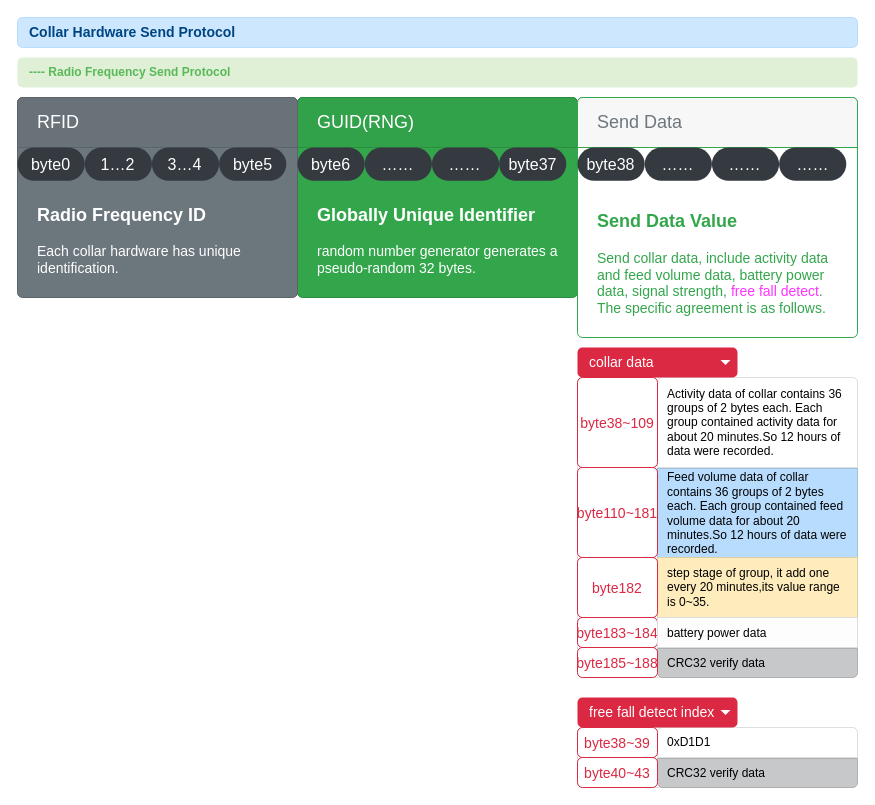
Before: page "Collar Hardware Send Protocol" (3 of 5) of Doc/Hardware Protocol.drawio in phoenix9668/Collector, a draw.io diagram. Source tidied: cells renumbered, new cells numbered last; positions are measured from the earlier drawing's top-left corner, leaving out a move shared by most shapes. Both pictures are drawn from the tidied source at 100%, with x=0, y=0 at pixel (17, 17).
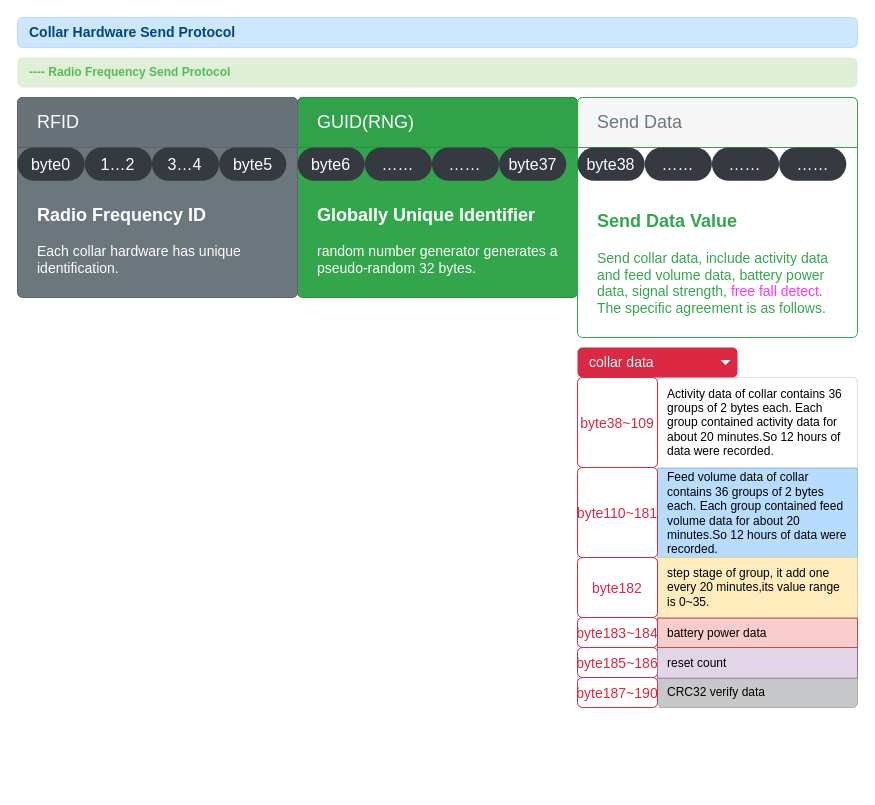
Above is the later version.

What changed in the source:
```diff
@@
     <mxCell id="21" style="html=1;shadow=0;dashed=0;shape=mxgraph.bootstrap.rrect;rSize=5;strokeColor=#DFDFDF;html=1;whiteSpace=wrap;fillColor=#FFFFFF;fontColor=#000000;" parent="1" vertex="1">
-      <mxGeometry x="560" y="360" width="280" height="300" as="geometry" />
+      <mxGeometry x="560" y="360" width="280" height="330" as="geometry" />
     </mxCell>
@@
     <mxCell id="25" value="&lt;span style=&quot;color: rgb(0 , 0 , 0)&quot;&gt;CRC32 verify data&lt;/span&gt;" style="html=1;shadow=0;dashed=0;shape=mxgraph.bootstrap.bottomButton;fillColor=#C6C8CA;strokeColor=#ADAFB1;fontColor=#1B1E21;rSize=5;perimeter=none;whiteSpace=wrap;align=left;spacing=10;" parent="21" vertex="1">
-      <mxGeometry y="1" width="200" height="29" relative="1" as="geometry">
-        <mxPoint x="80" y="-29" as="offset" />
+      <mxGeometry y="1" width="200" height="30" relative="1" as="geometry">
+        <mxPoint x="80" y="-30" as="offset" />
       </mxGeometry>
     </mxCell>
@@
-    <mxCell id="28" value="&lt;span style=&quot;color: rgb(219 , 40 , 67) ; font-size: 14px&quot;&gt;byte183~184&lt;br&gt;&lt;/span&gt;" style="html=1;shadow=0;dashed=0;shape=mxgraph.bootstrap.rrect;rSize=5;strokeColor=#DB2843;strokeWidth=1;fillColor=none;fontColor=#33A64C;whiteSpace=wrap;align=center;verticalAlign=middle;spacingLeft=0;fontStyle=0;fontSize=16;spacing=5;" parent="21" vertex="1">
-      <mxGeometry y="240" width="80" height="30" as="geometry" />
+    <mxCell id="28" value="&lt;span style=&quot;color: rgb(219 , 40 , 67) ; font-size: 14px&quot;&gt;byte185~186&lt;br&gt;&lt;/span&gt;" style="html=1;shadow=0;dashed=0;shape=mxgraph.bootstrap.rrect;rSize=5;strokeColor=#DB2843;strokeWidth=1;fillColor=none;fontColor=#33A64C;whiteSpace=wrap;align=center;verticalAlign=middle;spacingLeft=0;fontStyle=0;fontSize=16;spacing=5;" parent="21" vertex="1">
+      <mxGeometry y="270" width="80" height="30" as="geometry" />
     </mxCell>
@@
-    <mxCell id="30" value="&lt;span style=&quot;color: rgb(0 , 0 , 0) ; font-size: 12px&quot;&gt;battery power data&lt;/span&gt;" style="html=1;fillColor=#FDFDFE;strokeColor=#DDDDDE;fontColor=#818182;shadow=0;dashed=0;perimeter=none;whiteSpace=wrap;align=left;spacing=10;fontSize=14;" parent="21" vertex="1">
-      <mxGeometry x="80" y="240" width="200" height="30" as="geometry" />
+    <mxCell id="30" value="&lt;span style=&quot;color: rgb(0 , 0 , 0) ; font-size: 12px&quot;&gt;reset count&lt;/span&gt;" style="html=1;fillColor=#e1d5e7;strokeColor=#9673a6;shadow=0;dashed=0;perimeter=none;whiteSpace=wrap;align=left;spacing=10;fontSize=14;" parent="21" vertex="1">
+      <mxGeometry x="80" y="270" width="200" height="30.7" as="geometry" />
     </mxCell>
-    <mxCell id="31" value="&lt;span style=&quot;color: rgb(219 , 40 , 67) ; font-size: 14px&quot;&gt;byte185~188&lt;br&gt;&lt;/span&gt;" style="html=1;shadow=0;dashed=0;shape=mxgraph.bootstrap.rrect;rSize=5;strokeColor=#DB2843;strokeWidth=1;fillColor=none;fontColor=#33A64C;whiteSpace=wrap;align=center;verticalAlign=middle;spacingLeft=0;fontStyle=0;fontSize=16;spacing=5;" parent="21" vertex="1">
-      <mxGeometry y="270" width="80" height="30" as="geometry" />
+    <mxCell id="31" value="&lt;span style=&quot;color: rgb(219 , 40 , 67) ; font-size: 14px&quot;&gt;byte187~190&lt;br&gt;&lt;/span&gt;" style="html=1;shadow=0;dashed=0;shape=mxgraph.bootstrap.rrect;rSize=5;strokeColor=#DB2843;strokeWidth=1;fillColor=none;fontColor=#33A64C;whiteSpace=wrap;align=center;verticalAlign=middle;spacingLeft=0;fontStyle=0;fontSize=16;spacing=5;" parent="21" vertex="1">
+      <mxGeometry y="300" width="80" height="30" as="geometry" />
     </mxCell>
+    <mxCell id="42" value="&lt;span style=&quot;color: rgb(0 , 0 , 0) ; font-size: 12px&quot;&gt;battery power data&lt;/span&gt;" style="html=1;fillColor=#f8cecc;strokeColor=#b85450;shadow=0;dashed=0;perimeter=none;whiteSpace=wrap;align=left;spacing=10;fontSize=14;" parent="21" vertex="1">
+      <mxGeometry x="80" y="240.7" width="200" height="29.3" as="geometry" />
+    </mxCell>
+    <mxCell id="43" value="&lt;span style=&quot;color: rgb(219 , 40 , 67) ; font-size: 14px&quot;&gt;byte183~184&lt;br&gt;&lt;/span&gt;" style="html=1;shadow=0;dashed=0;shape=mxgraph.bootstrap.rrect;rSize=5;strokeColor=#DB2843;strokeWidth=1;fillColor=none;fontColor=#33A64C;whiteSpace=wrap;align=center;verticalAlign=middle;spacingLeft=0;fontStyle=0;fontSize=16;spacing=5;" parent="21" vertex="1">
+      <mxGeometry y="240" width="80" height="30" as="geometry" />
+    </mxCell>
@@
-    <mxCell id="35" style="html=1;shadow=0;dashed=0;shape=mxgraph.bootstrap.rrect;rSize=5;strokeColor=#DFDFDF;html=1;whiteSpace=wrap;fillColor=#FFFFFF;fontColor=#000000;" parent="1" vertex="1">
-      <mxGeometry x="560" y="710" width="280" height="60" as="geometry" />
-    </mxCell>
-    <mxCell id="36" value="0xD1D1" style="strokeColor=inherit;fillColor=inherit;gradientColor=inherit;fontColor=inherit;html=1;shadow=0;dashed=0;shape=mxgraph.bootstrap.topButton;rSize=5;perimeter=none;whiteSpace=wrap;align=left;spacing=10;" parent="35" vertex="1">
-      <mxGeometry width="200" height="30" relative="1" as="geometry">
-        <mxPoint x="80" as="offset" />
-      </mxGeometry>
-    </mxCell>
-    <mxCell id="37" value="&lt;span style=&quot;color: rgb(0 , 0 , 0)&quot;&gt;CRC32 verify data&lt;/span&gt;" style="html=1;shadow=0;dashed=0;shape=mxgraph.bootstrap.bottomButton;fillColor=#C6C8CA;strokeColor=#ADAFB1;fontColor=#1B1E21;rSize=5;perimeter=none;whiteSpace=wrap;align=left;spacing=10;" parent="35" vertex="1">
-      <mxGeometry y="1" width="200" height="29" relative="1" as="geometry">
-        <mxPoint x="80" y="-29" as="offset" />
-      </mxGeometry>
-    </mxCell>
-    <mxCell id="38" value="&lt;font style=&quot;font-size: 14px&quot; color=&quot;#db2843&quot;&gt;byte38~39&lt;/font&gt;" style="html=1;shadow=0;dashed=0;shape=mxgraph.bootstrap.rrect;rSize=5;strokeColor=#DB2843;strokeWidth=1;fillColor=none;fontColor=#33A64C;whiteSpace=wrap;align=center;verticalAlign=middle;spacingLeft=0;fontStyle=0;fontSize=16;spacing=5;" parent="35" vertex="1">
-      <mxGeometry width="80" height="30" as="geometry" />
-    </mxCell>
-    <mxCell id="39" value="&lt;span style=&quot;color: rgb(219 , 40 , 67) ; font-size: 14px&quot;&gt;byte40~43&lt;br&gt;&lt;/span&gt;" style="html=1;shadow=0;dashed=0;shape=mxgraph.bootstrap.rrect;rSize=5;strokeColor=#DB2843;strokeWidth=1;fillColor=none;fontColor=#33A64C;whiteSpace=wrap;align=center;verticalAlign=middle;spacingLeft=0;fontStyle=0;fontSize=16;spacing=5;" parent="35" vertex="1">
-      <mxGeometry y="30" width="80" height="30" as="geometry" />
-    </mxCell>
-    <mxCell id="40" value="free fall detect index" style="html=1;shadow=0;dashed=0;shape=mxgraph.bootstrap.rrect;rSize=5;strokeColor=none;strokeWidth=1;fillColor=#DB2843;fontColor=#ffffff;whiteSpace=wrap;align=left;verticalAlign=middle;fontStyle=0;fontSize=14;spacingLeft=10;" parent="1" vertex="1">
-      <mxGeometry x="560" y="680" width="160" height="30" as="geometry" />
-    </mxCell>
-    <mxCell id="41" style="shape=triangle;direction=south;fillColor=#ffffff;strokeColor=none;perimeter=none;" parent="40" vertex="1">
-      <mxGeometry x="1" y="0.5" width="10" height="5" relative="1" as="geometry">
-        <mxPoint x="-17" y="-2.5" as="offset" />
-      </mxGeometry>
-    </mxCell>
```
